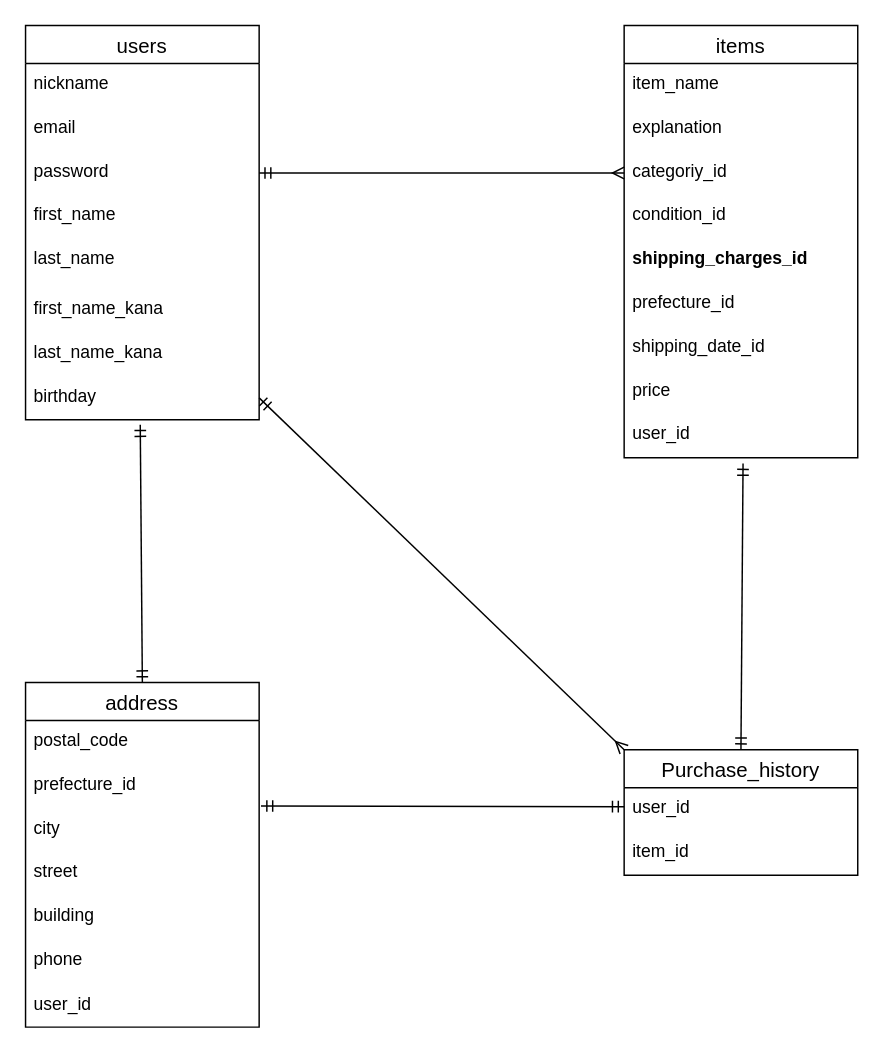
katttttsu/furima-41124 keeps this draw.io diagram as furima-41124.dio. Above is the earlier version. Source tidied: cells renumbered, new cells numbered last; positions are measured from the earlier drawing's top-left corner, leaving out a move shared by most shapes. Both pictures are drawn from the tidied source at 146%, with x=0, y=0 at pixel (25, 25).
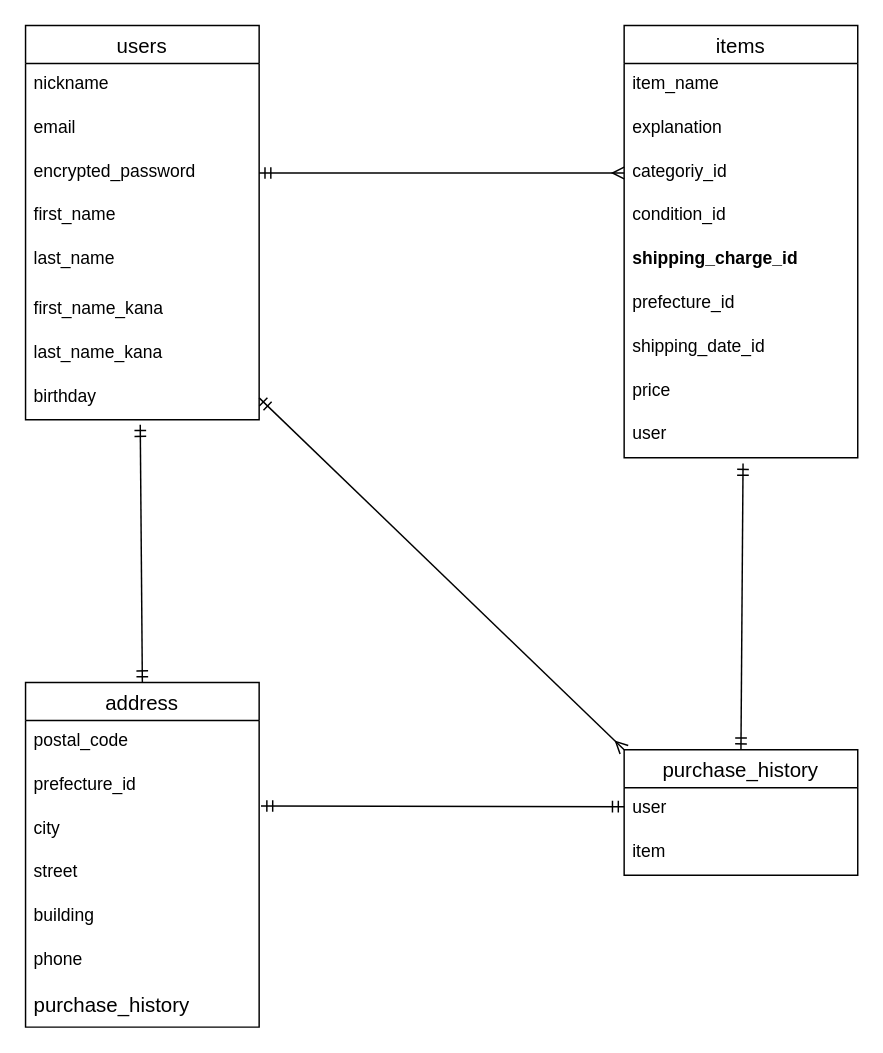
After the change.

Commit message (it also covers changes not shown here):
ER図、README修正3

Unchanged cells that the change refers to:
```xml
<mxCell id="2" value="users" style="swimlane;fontStyle=0;horizontal=1;startSize=26;align=center;fontSize=14;" parent="1" vertex="1">
  <mxGeometry width="160" height="270" as="geometry" />
</mxCell>
<mxCell id="11" value="items" style="swimlane;fontStyle=0;horizontal=1;startSize=26;align=center;fontSize=14;" parent="1" vertex="1">
  <mxGeometry x="410" width="160" height="296" as="geometry" />
</mxCell>
<mxCell id="22" value="address" style="swimlane;fontStyle=0;horizontal=1;startSize=26;align=center;fontSize=14;" parent="1" vertex="1">
  <mxGeometry y="450" width="160" height="236" as="geometry" />
</mxCell>
```

What changed in the source:
```diff
@@
-    <mxCell id="5" value="password" style="text;strokeColor=none;fillColor=none;spacingLeft=4;spacingRight=4;overflow=hidden;points=[[0,0.5],[1,0.5]];portConstraint=eastwest;fontSize=12;" parent="2" vertex="1">
+    <mxCell id="5" value="encrypted_password" style="text;strokeColor=none;fillColor=none;spacingLeft=4;spacingRight=4;overflow=hidden;points=[[0,0.5],[1,0.5]];portConstraint=eastwest;fontSize=12;" parent="2" vertex="1">
       <mxGeometry y="86" width="160" height="30" as="geometry" />
     </mxCell>
@@
-    <mxCell id="16" value="shipping_charges_id" style="text;strokeColor=none;fillColor=none;spacingLeft=4;spacingRight=4;overflow=hidden;fontSize=12;fontStyle=1;" parent="11" vertex="1">
+    <mxCell id="16" value="shipping_charge_id" style="text;strokeColor=none;fillColor=none;spacingLeft=4;spacingRight=4;overflow=hidden;fontSize=12;fontStyle=1;" parent="11" vertex="1">
       <mxGeometry y="146" width="160" height="30" as="geometry" />
     </mxCell>
@@
-    <mxCell id="20" value="user_id" style="text;strokeColor=none;fillColor=none;spacingLeft=4;spacingRight=4;overflow=hidden;points=[[0,0.5],[1,0.5]];portConstraint=eastwest;fontSize=12;" parent="11" vertex="1">
+    <mxCell id="20" value="user" style="text;strokeColor=none;fillColor=none;spacingLeft=4;spacingRight=4;overflow=hidden;points=[[0,0.5],[1,0.5]];portConstraint=eastwest;fontSize=12;" parent="11" vertex="1">
       <mxGeometry y="266" width="160" height="30" as="geometry" />
     </mxCell>
@@
-    <mxCell id="29" value="user_id" style="text;strokeColor=none;fillColor=none;align=left;verticalAlign=middle;spacingLeft=4;spacingRight=4;overflow=hidden;whiteSpace=wrap;html=1;" parent="22" vertex="1">
+    <mxCell id="29" value="&lt;span style=&quot;font-size: 14px; text-align: center;&quot;&gt;purchase_history&lt;/span&gt;" style="text;strokeColor=none;fillColor=none;align=left;verticalAlign=middle;spacingLeft=4;spacingRight=4;overflow=hidden;whiteSpace=wrap;html=1;" parent="22" vertex="1">
       <mxGeometry y="206" width="160" height="30" as="geometry" />
     </mxCell>
@@
-    <mxCell id="32" value="Purchase_history" style="swimlane;fontStyle=0;horizontal=1;startSize=26;align=center;fontSize=14;" parent="1" vertex="1">
+    <mxCell id="32" value="purchase_history" style="swimlane;fontStyle=0;horizontal=1;startSize=26;align=center;fontSize=14;" parent="1" vertex="1">
       <mxGeometry x="410" y="496" width="160" height="86" as="geometry" />
     </mxCell>
-    <mxCell id="33" value="user_id" style="text;strokeColor=none;fillColor=none;spacingLeft=4;spacingRight=4;overflow=hidden;fontSize=12;" parent="32" vertex="1">
+    <mxCell id="33" value="user" style="text;strokeColor=none;fillColor=none;spacingLeft=4;spacingRight=4;overflow=hidden;fontSize=12;" parent="32" vertex="1">
       <mxGeometry y="26" width="160" height="30" as="geometry" />
     </mxCell>
-    <mxCell id="34" value="item_id" style="text;strokeColor=none;fillColor=none;spacingLeft=4;spacingRight=4;overflow=hidden;fontSize=12;" parent="32" vertex="1">
+    <mxCell id="34" value="item" style="text;strokeColor=none;fillColor=none;spacingLeft=4;spacingRight=4;overflow=hidden;fontSize=12;" parent="32" vertex="1">
       <mxGeometry y="56" width="160" height="30" as="geometry" />
     </mxCell>
```
